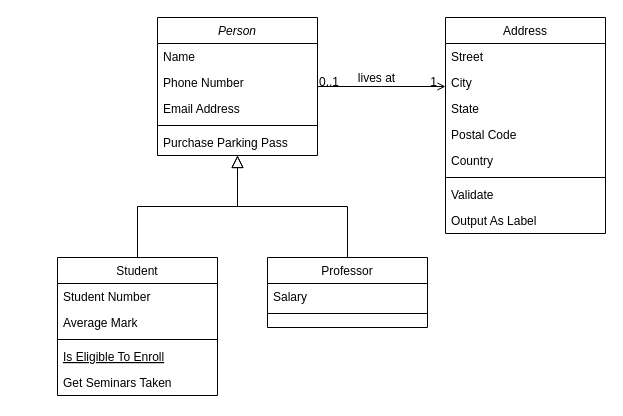
Before: Biểu đồ không có tiêu đề.drawio in kf2001dj/ServerHapo, a draw.io diagram. Source tidied: cells renumbered, new cells numbered last; positions are measured from the earlier drawing's top-left corner, leaving out a move shared by most shapes. Both pictures are drawn from the tidied source at 100%, with x=0, y=0 at pixel (57, 17).
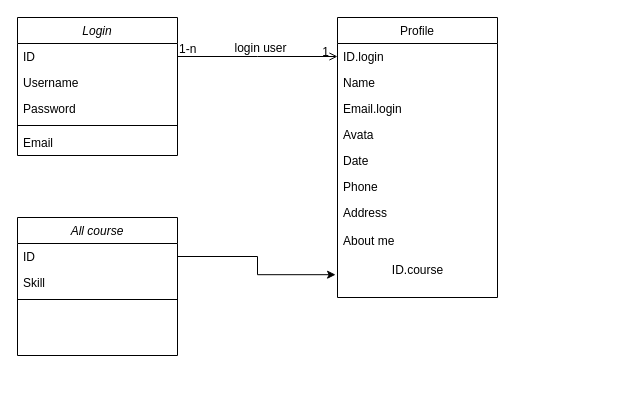
The same diagram, later.

The edit, as a diff of the source:
```diff
@@
-    <mxCell id="2" value="Person" style="swimlane;fontStyle=2;align=center;verticalAlign=top;horizontal=1;startSize=26;rounded=0;shadow=0;strokeWidth=1;" parent="1" vertex="1">
-      <mxGeometry x="100" width="160" height="138" as="geometry" />
+    <mxCell id="2" value="Login&#10;" style="swimlane;fontStyle=2;align=center;verticalAlign=top;horizontal=1;startSize=26;rounded=0;shadow=0;strokeWidth=1;" parent="1" vertex="1">
+      <mxGeometry x="-40" width="160" height="138" as="geometry" />
     </mxCell>
-    <mxCell id="3" value="Name" style="text;align=left;verticalAlign=top;spacingLeft=4;spacingRight=4;overflow=hidden;points=[[0,0.5],[1,0.5]];portConstraint=eastwest;" parent="2" vertex="1">
+    <mxCell id="3" value="ID" style="text;align=left;verticalAlign=top;spacingLeft=4;spacingRight=4;overflow=hidden;points=[[0,0.5],[1,0.5]];portConstraint=eastwest;" parent="2" vertex="1">
       <mxGeometry y="26" width="160" height="26" as="geometry" />
     </mxCell>
-    <mxCell id="4" value="Phone Number" style="text;align=left;verticalAlign=top;spacingLeft=4;spacingRight=4;overflow=hidden;rounded=0;shadow=0;html=0;" parent="2" vertex="1">
+    <mxCell id="4" value="Username" style="text;align=left;verticalAlign=top;spacingLeft=4;spacingRight=4;overflow=hidden;rounded=0;shadow=0;html=0;" parent="2" vertex="1">
       <mxGeometry y="52" width="160" height="26" as="geometry" />
     </mxCell>
-    <mxCell id="5" value="Email Address" style="text;align=left;verticalAlign=top;spacingLeft=4;spacingRight=4;overflow=hidden;rounded=0;shadow=0;html=0;" parent="2" vertex="1">
+    <mxCell id="5" value="Password&#10;" style="text;align=left;verticalAlign=top;spacingLeft=4;spacingRight=4;overflow=hidden;rounded=0;shadow=0;html=0;" parent="2" vertex="1">
       <mxGeometry y="78" width="160" height="26" as="geometry" />
     </mxCell>
@@
-    <mxCell id="7" value="Purchase Parking Pass" style="text;align=left;verticalAlign=top;spacingLeft=4;spacingRight=4;overflow=hidden;" parent="2" vertex="1">
+    <mxCell id="7" value="Email&#10;" style="text;align=left;verticalAlign=top;spacingLeft=4;spacingRight=4;overflow=hidden;" parent="2" vertex="1">
       <mxGeometry y="112" width="160" height="26" as="geometry" />
     </mxCell>
-    <mxCell id="8" value="Student" style="swimlane;fontStyle=0;align=center;verticalAlign=top;horizontal=1;startSize=26;rounded=0;shadow=0;strokeWidth=1;" parent="1" vertex="1">
-      <mxGeometry y="240" width="160" height="138" as="geometry" />
-    </mxCell>
-    <mxCell id="9" value="Student Number" style="text;align=left;verticalAlign=top;spacingLeft=4;spacingRight=4;overflow=hidden;" parent="8" vertex="1">
-      <mxGeometry y="26" width="160" height="26" as="geometry" />
-    </mxCell>
-    <mxCell id="10" value="Average Mark" style="text;align=left;verticalAlign=top;spacingLeft=4;spacingRight=4;overflow=hidden;rounded=0;shadow=0;html=0;" parent="8" vertex="1">
-      <mxGeometry y="52" width="160" height="26" as="geometry" />
-    </mxCell>
-    <mxCell id="11" style="line;html=1;strokeWidth=1;align=left;verticalAlign=middle;spacingTop=-1;spacingLeft=3;spacingRight=3;labelPosition=right;" parent="8" vertex="1">
-      <mxGeometry y="78" width="160" height="8" as="geometry" />
-    </mxCell>
-    <mxCell id="12" value="Is Eligible To Enroll" style="text;align=left;verticalAlign=top;spacingLeft=4;spacingRight=4;overflow=hidden;fontStyle=4;" parent="8" vertex="1">
-      <mxGeometry y="86" width="160" height="26" as="geometry" />
-    </mxCell>
-    <mxCell id="13" value="Get Seminars Taken" style="text;align=left;verticalAlign=top;spacingLeft=4;spacingRight=4;overflow=hidden;" parent="8" vertex="1">
-      <mxGeometry y="112" width="160" height="26" as="geometry" />
-    </mxCell>
-    <mxCell id="14" style="endArrow=block;endSize=10;endFill=0;shadow=0;strokeWidth=1;rounded=0;edgeStyle=elbowEdgeStyle;elbow=vertical;" parent="1" edge="1" source="8" target="2">
-      <mxGeometry relative="1" as="geometry" />
-    </mxCell>
-    <mxCell id="15" value="Professor" style="swimlane;fontStyle=0;align=center;verticalAlign=top;horizontal=1;startSize=26;rounded=0;shadow=0;strokeWidth=1;" parent="1" vertex="1">
-      <mxGeometry x="210" y="240" width="160" height="70" as="geometry" />
-    </mxCell>
-    <mxCell id="16" value="Salary" style="text;align=left;verticalAlign=top;spacingLeft=4;spacingRight=4;overflow=hidden;" parent="15" vertex="1">
-      <mxGeometry y="26" width="160" height="26" as="geometry" />
-    </mxCell>
-    <mxCell id="17" style="line;html=1;strokeWidth=1;align=left;verticalAlign=middle;spacingTop=-1;spacingLeft=3;spacingRight=3;labelPosition=right;" parent="15" vertex="1">
-      <mxGeometry y="52" width="160" height="8" as="geometry" />
-    </mxCell>
-    <mxCell id="18" style="endArrow=block;endSize=10;endFill=0;shadow=0;strokeWidth=1;rounded=0;edgeStyle=elbowEdgeStyle;elbow=vertical;" parent="1" edge="1" source="15" target="2">
-      <mxGeometry relative="1" as="geometry" />
-    </mxCell>
-    <mxCell id="19" value="Address" style="swimlane;fontStyle=0;align=center;verticalAlign=top;horizontal=1;startSize=26;rounded=0;shadow=0;strokeWidth=1;" parent="1" vertex="1">
-      <mxGeometry x="388" width="160" height="216" as="geometry" />
+    <mxCell id="19" value="Profile&#10;" style="swimlane;fontStyle=0;align=center;verticalAlign=top;horizontal=1;startSize=26;rounded=0;shadow=0;strokeWidth=1;" parent="1" vertex="1">
+      <mxGeometry x="280" width="160" height="280" as="geometry" />
     </mxCell>
-    <mxCell id="20" value="Street" style="text;align=left;verticalAlign=top;spacingLeft=4;spacingRight=4;overflow=hidden;" parent="19" vertex="1">
+    <mxCell id="20" value="ID.login" style="text;align=left;verticalAlign=top;spacingLeft=4;spacingRight=4;overflow=hidden;" parent="19" vertex="1">
       <mxGeometry y="26" width="160" height="26" as="geometry" />
     </mxCell>
-    <mxCell id="21" value="City" style="text;align=left;verticalAlign=top;spacingLeft=4;spacingRight=4;overflow=hidden;rounded=0;shadow=0;html=0;" parent="19" vertex="1">
+    <mxCell id="21" value="Name" style="text;align=left;verticalAlign=top;spacingLeft=4;spacingRight=4;overflow=hidden;rounded=0;shadow=0;html=0;" parent="19" vertex="1">
       <mxGeometry y="52" width="160" height="26" as="geometry" />
     </mxCell>
-    <mxCell id="22" value="State" style="text;align=left;verticalAlign=top;spacingLeft=4;spacingRight=4;overflow=hidden;rounded=0;shadow=0;html=0;" parent="19" vertex="1">
+    <mxCell id="22" value="Email.login" style="text;align=left;verticalAlign=top;spacingLeft=4;spacingRight=4;overflow=hidden;rounded=0;shadow=0;html=0;" parent="19" vertex="1">
       <mxGeometry y="78" width="160" height="26" as="geometry" />
     </mxCell>
-    <mxCell id="23" value="Postal Code" style="text;align=left;verticalAlign=top;spacingLeft=4;spacingRight=4;overflow=hidden;rounded=0;shadow=0;html=0;" parent="19" vertex="1">
+    <mxCell id="23" value="Avata" style="text;align=left;verticalAlign=top;spacingLeft=4;spacingRight=4;overflow=hidden;rounded=0;shadow=0;html=0;" parent="19" vertex="1">
       <mxGeometry y="104" width="160" height="26" as="geometry" />
     </mxCell>
-    <mxCell id="24" value="Country" style="text;align=left;verticalAlign=top;spacingLeft=4;spacingRight=4;overflow=hidden;rounded=0;shadow=0;html=0;" parent="19" vertex="1">
+    <mxCell id="24" value="Date" style="text;align=left;verticalAlign=top;spacingLeft=4;spacingRight=4;overflow=hidden;rounded=0;shadow=0;html=0;" parent="19" vertex="1">
       <mxGeometry y="130" width="160" height="26" as="geometry" />
     </mxCell>
-    <mxCell id="25" style="line;html=1;strokeWidth=1;align=left;verticalAlign=middle;spacingTop=-1;spacingLeft=3;spacingRight=3;labelPosition=right;" parent="19" vertex="1">
-      <mxGeometry y="156" width="160" height="8" as="geometry" />
-    </mxCell>
-    <mxCell id="26" value="Validate" style="text;align=left;verticalAlign=top;spacingLeft=4;spacingRight=4;overflow=hidden;" parent="19" vertex="1">
-      <mxGeometry y="164" width="160" height="26" as="geometry" />
+    <mxCell id="26" value="Phone" style="text;align=left;verticalAlign=top;spacingLeft=4;spacingRight=4;overflow=hidden;" parent="19" vertex="1">
+      <mxGeometry y="156" width="160" height="26" as="geometry" />
     </mxCell>
-    <mxCell id="27" value="Output As Label" style="text;align=left;verticalAlign=top;spacingLeft=4;spacingRight=4;overflow=hidden;" parent="19" vertex="1">
-      <mxGeometry y="190" width="160" height="26" as="geometry" />
+    <mxCell id="27" value="Address" style="text;align=left;verticalAlign=top;spacingLeft=4;spacingRight=4;overflow=hidden;" parent="19" vertex="1">
+      <mxGeometry y="182" width="160" height="28" as="geometry" />
     </mxCell>
+    <mxCell id="32" value="About me" style="text;align=left;verticalAlign=top;spacingLeft=4;spacingRight=4;overflow=hidden;" parent="19" vertex="1">
+      <mxGeometry y="210" width="160" height="28" as="geometry" />
+    </mxCell>
+    <mxCell id="33" value="ID.course&lt;br&gt;" style="text;html=1;align=center;verticalAlign=middle;points=[];strokeColor=none;fillColor=none;rotation=0;" parent="19" vertex="1">
+      <mxGeometry y="238" width="160" height="30" as="geometry" />
+    </mxCell>
-    <mxCell id="28" style="endArrow=open;shadow=0;strokeWidth=1;rounded=0;endFill=1;edgeStyle=elbowEdgeStyle;elbow=vertical;" parent="1" edge="1" source="2" target="19">
+    <mxCell id="28" style="endArrow=open;shadow=0;strokeWidth=1;rounded=0;endFill=1;edgeStyle=elbowEdgeStyle;elbow=vertical;exitX=1;exitY=0.5;exitDx=0;exitDy=0;" parent="1" edge="1" source="3" target="19">
       <mxGeometry x="0.5" y="41" relative="1" as="geometry">
         <mxPoint x="-40" y="32" as="offset" />
       </mxGeometry>
     </mxCell>
-    <mxCell id="29" value="0..1" style="align=left;verticalAlign=bottom;labelBackgroundColor=none;fontSize=12;" parent="28" vertex="1">
+    <mxCell id="29" value="1-n" style="align=left;verticalAlign=bottom;labelBackgroundColor=none;fontSize=12;" parent="28" vertex="1">
       <mxGeometry x="-1" relative="1" as="geometry">
-        <mxPoint y="4" as="offset" />
+        <mxPoint y="1" as="offset" />
       </mxGeometry>
     </mxCell>
@@
-    <mxCell id="31" value="lives at" style="text;html=1;align=center;verticalAlign=middle;labelBackgroundColor=none;rounded=0;shadow=0;strokeWidth=1;fontSize=12;" parent="28" vertex="1">
+    <mxCell id="31" value="login user" style="text;html=1;align=center;verticalAlign=middle;labelBackgroundColor=none;rounded=0;shadow=0;strokeWidth=1;fontSize=12;" parent="28" vertex="1">
       <mxGeometry x="0.5" y="49" relative="1" as="geometry">
         <mxPoint x="-38" y="40" as="offset" />
       </mxGeometry>
     </mxCell>
+    <mxCell id="34" value="All course" style="swimlane;fontStyle=2;align=center;verticalAlign=top;horizontal=1;startSize=26;rounded=0;shadow=0;strokeWidth=1;" parent="1" vertex="1">
+      <mxGeometry x="-40" y="200" width="160" height="138" as="geometry" />
+    </mxCell>
+    <mxCell id="35" value="ID" style="text;align=left;verticalAlign=top;spacingLeft=4;spacingRight=4;overflow=hidden;points=[[0,0.5],[1,0.5]];portConstraint=eastwest;" parent="34" vertex="1">
+      <mxGeometry y="26" width="160" height="26" as="geometry" />
+    </mxCell>
+    <mxCell id="36" value="Skill" style="text;align=left;verticalAlign=top;spacingLeft=4;spacingRight=4;overflow=hidden;rounded=0;shadow=0;html=0;" parent="34" vertex="1">
+      <mxGeometry y="52" width="160" height="26" as="geometry" />
+    </mxCell>
+    <mxCell id="11" style="line;html=1;strokeWidth=1;align=left;verticalAlign=middle;spacingTop=-1;spacingLeft=3;spacingRight=3;labelPosition=right;" parent="34" vertex="1">
+      <mxGeometry y="78" width="160" height="8" as="geometry" />
+    </mxCell>
+    <mxCell id="37" style="edgeStyle=orthogonalEdgeStyle;rounded=0;jettySize=auto;html=1;entryX=-0.012;entryY=0.64;entryDx=0;entryDy=0;entryPerimeter=0;" parent="1" edge="1" source="35" target="33">
+      <mxGeometry relative="1" as="geometry" />
+    </mxCell>
```
